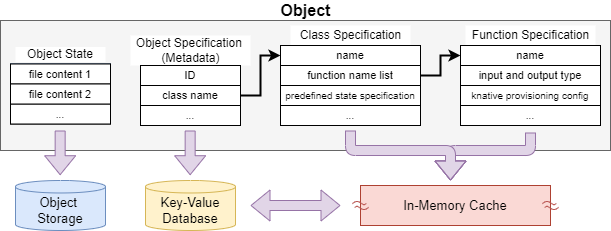
hpcclab/OaaS keeps this draw.io diagram as doc/diagrams/oaas_datamodel_v3.dio.png. Above is the earlier version. Source tidied: cells renumbered, new cells last; positions are measured from the earlier drawing's top-left corner, leaving out a move shared by most shapes. Source of this version:
```xml
<mxGraphModel>
  <root>
    <mxCell id="0" />
    <mxCell id="1" parent="0" />
    <mxCell id="2" style="rounded=0;whiteSpace=wrap;html=1;labelBackgroundColor=none;fontSize=13;strokeColor=#666666;fillColor=#f5f5f5;fontColor=#333333;" parent="1" vertex="1">
      <mxGeometry y="20" width="610" height="130" as="geometry" />
    </mxCell>
    <mxCell id="3" style="rounded=0;whiteSpace=wrap;html=1;labelBackgroundColor=none;fontSize=12;strokeColor=#000000;verticalAlign=top;" parent="1" vertex="1">
      <mxGeometry x="140" y="65" width="100" height="60" as="geometry" />
    </mxCell>
    <mxCell id="4" value="Object" style="text;html=1;align=center;verticalAlign=middle;strokeColor=none;fillColor=none;fontSize=16;fontStyle=1;" parent="1" vertex="1">
      <mxGeometry x="270" width="70" height="20" as="geometry" />
    </mxCell>
    <mxCell id="5" style="rounded=0;whiteSpace=wrap;html=1;labelBackgroundColor=none;fontSize=12;strokeColor=#000000;verticalAlign=top;" parent="1" vertex="1">
      <mxGeometry x="10" y="63.5" width="100" height="60" as="geometry" />
    </mxCell>
    <mxCell id="6" style="rounded=0;whiteSpace=wrap;html=1;labelBackgroundColor=none;fontSize=12;strokeColor=#000000;verticalAlign=top;" parent="1" vertex="1">
      <mxGeometry x="280" y="50" width="140" height="75" as="geometry" />
    </mxCell>
    <mxCell id="7" value="Object &lt;br&gt;Storage" style="shape=cylinder3;whiteSpace=wrap;html=1;boundedLbl=1;backgroundOutline=1;size=6.239990234375;labelBackgroundColor=none;fontSize=13;strokeColor=#6c8ebf;fillColor=#dae8fc;" parent="1" vertex="1">
      <mxGeometry x="15" y="180" width="90" height="50" as="geometry" />
    </mxCell>
    <mxCell id="8" style="rounded=0;whiteSpace=wrap;html=1;labelBackgroundColor=none;fontSize=13;strokeColor=#000000;" parent="1" vertex="1">
      <mxGeometry x="460" y="45" width="140" height="80" as="geometry" />
    </mxCell>
    <mxCell id="9" value="ID" style="rounded=0;whiteSpace=wrap;html=1;labelBackgroundColor=none;fontSize=10;strokeColor=#9673a6;fillColor=#e1d5e7;" parent="1" vertex="1">
      <mxGeometry x="140" y="65" width="100" height="20" as="geometry" />
    </mxCell>
    <mxCell id="10" style="edgeStyle=orthogonalEdgeStyle;rounded=0;jettySize=auto;html=1;entryX=0;entryY=0.5;entryDx=0;entryDy=0;fontSize=12;startArrow=none;startFill=0;endArrow=classic;endFill=1;strokeWidth=2;" parent="1" edge="1" source="11" target="14">
      <mxGeometry relative="1" as="geometry" />
    </mxCell>
    <mxCell id="11" value="class name" style="rounded=0;whiteSpace=wrap;html=1;labelBackgroundColor=none;fontSize=10;strokeColor=#9673a6;fillColor=#e1d5e7;" parent="1" vertex="1">
      <mxGeometry x="140" y="85" width="100" height="20" as="geometry" />
    </mxCell>
    <mxCell id="12" value="..." style="rounded=0;whiteSpace=wrap;html=1;labelBackgroundColor=none;fontSize=10;" parent="1" vertex="1">
      <mxGeometry x="140" y="105" width="100" height="20" as="geometry" />
    </mxCell>
    <mxCell id="13" value="&lt;span&gt;Class Specification&lt;/span&gt;" style="text;html=1;align=center;verticalAlign=middle;strokeColor=none;fillColor=default;fontSize=12;" parent="1" vertex="1">
      <mxGeometry x="290" y="25" width="120" height="20" as="geometry" />
    </mxCell>
    <mxCell id="14" value="name" style="rounded=0;whiteSpace=wrap;html=1;labelBackgroundColor=none;fontSize=10;strokeColor=#82b366;fillColor=#d5e8d4;" parent="1" vertex="1">
      <mxGeometry x="280" y="45" width="140" height="20" as="geometry" />
    </mxCell>
    <mxCell id="15" style="edgeStyle=orthogonalEdgeStyle;rounded=0;jettySize=auto;html=1;entryX=0;entryY=0.5;entryDx=0;entryDy=0;fontSize=16;startArrow=none;startFill=0;endArrow=classic;endFill=1;strokeWidth=2;fillColor=default;" parent="1" edge="1" source="16" target="19">
      <mxGeometry relative="1" as="geometry" />
    </mxCell>
    <mxCell id="16" value="function name list" style="rounded=0;whiteSpace=wrap;html=1;labelBackgroundColor=none;fontSize=10;strokeColor=#82b366;fillColor=#d5e8d4;" parent="1" vertex="1">
      <mxGeometry x="280" y="65" width="140" height="20" as="geometry" />
    </mxCell>
    <mxCell id="17" value="predefined state specification" style="rounded=0;whiteSpace=wrap;html=1;labelBackgroundColor=none;fontSize=10;strokeColor=#82b366;fillColor=#d5e8d4;" parent="1" vertex="1">
      <mxGeometry x="280" y="85" width="140" height="20" as="geometry" />
    </mxCell>
    <mxCell id="18" value="&lt;span style=&quot;font-size: 12px;&quot;&gt;Function Specification&lt;/span&gt;" style="text;html=1;align=center;verticalAlign=middle;strokeColor=none;fillColor=default;fontSize=12;" parent="1" vertex="1">
      <mxGeometry x="465" y="25" width="130" height="20" as="geometry" />
    </mxCell>
    <mxCell id="19" value="name" style="rounded=0;whiteSpace=wrap;html=1;labelBackgroundColor=none;fontSize=10;strokeColor=#82b366;fillColor=#d5e8d4;" parent="1" vertex="1">
      <mxGeometry x="460" y="45" width="140" height="20" as="geometry" />
    </mxCell>
    <mxCell id="20" value="input and output type" style="rounded=0;whiteSpace=wrap;html=1;labelBackgroundColor=none;fontSize=10;strokeColor=#82b366;fillColor=#d5e8d4;" parent="1" vertex="1">
      <mxGeometry x="460" y="65" width="140" height="20" as="geometry" />
    </mxCell>
    <mxCell id="21" value="knative provisioning config" style="rounded=0;whiteSpace=wrap;html=1;labelBackgroundColor=none;fontSize=10;" parent="1" vertex="1">
      <mxGeometry x="460" y="85" width="140" height="20" as="geometry" />
    </mxCell>
    <mxCell id="22" value="..." style="rounded=0;whiteSpace=wrap;html=1;labelBackgroundColor=none;fontSize=10;" parent="1" vertex="1">
      <mxGeometry x="280" y="105" width="140" height="20" as="geometry" />
    </mxCell>
    <mxCell id="23" value="..." style="rounded=0;whiteSpace=wrap;html=1;labelBackgroundColor=none;fontSize=10;" parent="1" vertex="1">
      <mxGeometry x="460" y="105" width="140" height="20" as="geometry" />
    </mxCell>
    <mxCell id="24" value="file content 1" style="rounded=0;whiteSpace=wrap;html=1;labelBackgroundColor=none;fontSize=10;strokeColor=#6c8ebf;fillColor=#dae8fc;" parent="1" vertex="1">
      <mxGeometry x="10" y="63.5" width="100" height="20" as="geometry" />
    </mxCell>
    <mxCell id="25" value="&lt;span style=&quot;font-size: 12px&quot;&gt;Object&amp;nbsp;&lt;/span&gt;Specification &lt;br&gt;(Metadata)" style="text;html=1;align=center;verticalAlign=middle;strokeColor=none;fillColor=default;fontSize=12;" parent="1" vertex="1">
      <mxGeometry x="130" y="35" width="120" height="30" as="geometry" />
    </mxCell>
    <mxCell id="26" value="&lt;span style=&quot;font-size: 12px;&quot;&gt;Object State&lt;/span&gt;" style="text;whiteSpace=wrap;html=1;fontSize=12;align=center;verticalAlign=middle;fillColor=default;" parent="1" vertex="1">
      <mxGeometry x="15" y="46.5" width="90" height="15" as="geometry" />
    </mxCell>
    <mxCell id="27" value="file content 2" style="rounded=0;whiteSpace=wrap;html=1;labelBackgroundColor=none;fontSize=10;strokeColor=#6c8ebf;fillColor=#dae8fc;" parent="1" vertex="1">
      <mxGeometry x="10" y="83.5" width="100" height="20" as="geometry" />
    </mxCell>
    <mxCell id="28" value="..." style="rounded=0;whiteSpace=wrap;html=1;labelBackgroundColor=none;fontSize=10;" parent="1" vertex="1">
      <mxGeometry x="10" y="103.5" width="100" height="20" as="geometry" />
    </mxCell>
    <mxCell id="29" value="In-Memory Cache" style="rounded=0;whiteSpace=wrap;html=1;fontFamily=Helvetica;fontSize=13;align=center;strokeColor=#ae4132;fillColor=#fad9d5;" parent="1" vertex="1">
      <mxGeometry x="360" y="185" width="190" height="40" as="geometry" />
    </mxCell>
    <mxCell id="30" value="Key-Value&lt;br&gt;Database" style="shape=cylinder3;whiteSpace=wrap;html=1;boundedLbl=1;backgroundOutline=1;size=6.239990234375;labelBackgroundColor=none;fontSize=13;strokeColor=#d6b656;fillColor=#fff2cc;" parent="1" vertex="1">
      <mxGeometry x="145" y="180" width="90" height="50" as="geometry" />
    </mxCell>
    <mxCell id="31" style="shape=flexArrow;endArrow=classic;html=1;rounded=0;fontSize=10;strokeWidth=1;fillColor=#e1d5e7;strokeColor=#9673a6;" parent="1" edge="1">
      <mxGeometry relative="1" as="geometry">
        <mxPoint x="59.7" y="130" as="sourcePoint" />
        <mxPoint x="59.7" y="174.7" as="targetPoint" />
      </mxGeometry>
    </mxCell>
    <mxCell id="32" style="shape=flexArrow;endArrow=classic;html=1;rounded=0;fontSize=10;strokeWidth=1;fillColor=#e1d5e7;strokeColor=#9673a6;" parent="1" edge="1">
      <mxGeometry relative="1" as="geometry">
        <mxPoint x="189.7" y="130" as="sourcePoint" />
        <mxPoint x="189.7" y="174.7" as="targetPoint" />
      </mxGeometry>
    </mxCell>
    <mxCell id="33" style="shape=flexArrow;endArrow=classic;html=1;rounded=1;fontSize=10;strokeWidth=1;fillColor=#e1d5e7;strokeColor=#9673a6;" parent="1" edge="1">
      <mxGeometry relative="1" as="geometry">
        <mxPoint x="530" y="132" as="sourcePoint" />
        <mxPoint x="450" y="180" as="targetPoint" />
        <Array as="points">
          <mxPoint x="530" y="150" />
          <mxPoint x="450" y="150" />
        </Array>
      </mxGeometry>
    </mxCell>
    <mxCell id="34" style="shape=flexArrow;endArrow=classic;html=1;rounded=1;fontSize=10;strokeWidth=1;fillColor=#e1d5e7;strokeColor=#9673a6;sketch=0;targetPerimeterSpacing=0;sourcePerimeterSpacing=0;" parent="1" edge="1">
      <mxGeometry relative="1" as="geometry">
        <mxPoint x="350" y="130" as="sourcePoint" />
        <mxPoint x="450" y="180" as="targetPoint" />
        <Array as="points">
          <mxPoint x="350" y="150" />
          <mxPoint x="450" y="150" />
        </Array>
      </mxGeometry>
    </mxCell>
    <mxCell id="35" value="file content 1" style="rounded=0;whiteSpace=wrap;html=1;labelBackgroundColor=none;fontSize=11;" parent="1" vertex="1">
      <mxGeometry x="10" y="63.5" width="100" height="20" as="geometry" />
    </mxCell>
    <mxCell id="36" value="file content 2" style="rounded=0;whiteSpace=wrap;html=1;labelBackgroundColor=none;fontSize=11;" parent="1" vertex="1">
      <mxGeometry x="10" y="83.5" width="100" height="20" as="geometry" />
    </mxCell>
    <mxCell id="37" value="ID" style="rounded=0;whiteSpace=wrap;html=1;labelBackgroundColor=none;fontSize=11;" parent="1" vertex="1">
      <mxGeometry x="140" y="65" width="100" height="20" as="geometry" />
    </mxCell>
    <mxCell id="38" value="class name" style="rounded=0;whiteSpace=wrap;html=1;labelBackgroundColor=none;fontSize=11;" parent="1" vertex="1">
      <mxGeometry x="140" y="85" width="100" height="20" as="geometry" />
    </mxCell>
    <mxCell id="39" value="predefined state specification" style="rounded=0;whiteSpace=wrap;html=1;labelBackgroundColor=none;fontSize=10;" parent="1" vertex="1">
      <mxGeometry x="280" y="85" width="140" height="20" as="geometry" />
    </mxCell>
    <mxCell id="40" value="function name list" style="rounded=0;whiteSpace=wrap;html=1;labelBackgroundColor=none;fontSize=11;" parent="1" vertex="1">
      <mxGeometry x="280" y="65" width="140" height="20" as="geometry" />
    </mxCell>
    <mxCell id="41" value="name" style="rounded=0;whiteSpace=wrap;html=1;labelBackgroundColor=none;fontSize=11;" parent="1" vertex="1">
      <mxGeometry x="280" y="45" width="140" height="20" as="geometry" />
    </mxCell>
    <mxCell id="42" value="name" style="rounded=0;whiteSpace=wrap;html=1;labelBackgroundColor=none;fontSize=11;" parent="1" vertex="1">
      <mxGeometry x="460" y="45" width="140" height="20" as="geometry" />
    </mxCell>
    <mxCell id="43" value="input and output type" style="rounded=0;whiteSpace=wrap;html=1;labelBackgroundColor=none;fontSize=11;" parent="1" vertex="1">
      <mxGeometry x="460" y="65" width="140" height="20" as="geometry" />
    </mxCell>
    <mxCell id="44" style="shape=flexArrow;endArrow=classic;html=1;rounded=0;fontSize=10;strokeWidth=1;fillColor=#e1d5e7;strokeColor=#9673a6;startArrow=block;" parent="1" edge="1">
      <mxGeometry relative="1" as="geometry">
        <mxPoint x="340" y="205" as="sourcePoint" />
        <mxPoint x="250" y="205" as="targetPoint" />
      </mxGeometry>
    </mxCell>
    <mxCell id="45" style="endArrow=classic;html=1;rounded=1;sketch=0;fontSize=11;sourcePerimeterSpacing=0;targetPerimeterSpacing=0;strokeColor=#b85450;strokeWidth=1;fillColor=#f8cecc;shape=link;edgeStyle=isometricEdgeStyle;width=4.579439252336449;" parent="1" edge="1">
      <mxGeometry relative="1" as="geometry">
        <mxPoint x="353" y="205" as="sourcePoint" />
        <mxPoint x="367" y="205" as="targetPoint" />
      </mxGeometry>
    </mxCell>
    <mxCell id="46" style="endArrow=classic;html=1;rounded=1;sketch=0;fontSize=11;sourcePerimeterSpacing=0;targetPerimeterSpacing=0;strokeColor=#b85450;strokeWidth=1;fillColor=#f8cecc;shape=link;edgeStyle=isometricEdgeStyle;width=4.579439252336449;" parent="1" edge="1">
      <mxGeometry relative="1" as="geometry">
        <mxPoint x="543" y="205" as="sourcePoint" />
        <mxPoint x="557" y="205" as="targetPoint" />
      </mxGeometry>
    </mxCell>
  </root>
</mxGraphModel>
```
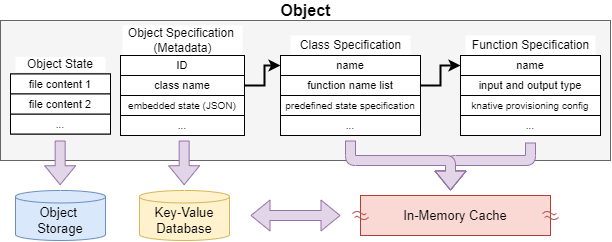
After the commit.

What changed in the source:
```diff
@@ -3,13 +3,10 @@
     <mxCell id="0" />
     <mxCell id="1" parent="0" />
     <mxCell id="2" style="rounded=0;whiteSpace=wrap;html=1;labelBackgroundColor=none;fontSize=13;strokeColor=#666666;fillColor=#f5f5f5;fontColor=#333333;" parent="1" vertex="1">
-      <mxGeometry y="20" width="610" height="130" as="geometry" />
+      <mxGeometry y="10" width="610" height="140" as="geometry" />
     </mxCell>
-    <mxCell id="3" style="rounded=0;whiteSpace=wrap;html=1;labelBackgroundColor=none;fontSize=12;strokeColor=#000000;verticalAlign=top;" parent="1" vertex="1">
-      <mxGeometry x="140" y="65" width="100" height="60" as="geometry" />
-    </mxCell>
     <mxCell id="4" value="Object" style="text;html=1;align=center;verticalAlign=middle;strokeColor=none;fillColor=none;fontSize=16;fontStyle=1;" parent="1" vertex="1">
-      <mxGeometry x="270" width="70" height="20" as="geometry" />
+      <mxGeometry x="270" y="-10" width="70" height="20" as="geometry" />
     </mxCell>
     <mxCell id="5" style="rounded=0;whiteSpace=wrap;html=1;labelBackgroundColor=none;fontSize=12;strokeColor=#000000;verticalAlign=top;" parent="1" vertex="1">
       <mxGeometry x="10" y="63.5" width="100" height="60" as="geometry" />
@@ -23,24 +20,18 @@
     <mxCell id="8" style="rounded=0;whiteSpace=wrap;html=1;labelBackgroundColor=none;fontSize=13;strokeColor=#000000;" parent="1" vertex="1">
       <mxGeometry x="460" y="45" width="140" height="80" as="geometry" />
     </mxCell>
-    <mxCell id="9" value="ID" style="rounded=0;whiteSpace=wrap;html=1;labelBackgroundColor=none;fontSize=10;strokeColor=#9673a6;fillColor=#e1d5e7;" parent="1" vertex="1">
-      <mxGeometry x="140" y="65" width="100" height="20" as="geometry" />
-    </mxCell>
-    <mxCell id="10" style="edgeStyle=orthogonalEdgeStyle;rounded=0;jettySize=auto;html=1;entryX=0;entryY=0.5;entryDx=0;entryDy=0;fontSize=12;startArrow=none;startFill=0;endArrow=classic;endFill=1;strokeWidth=2;" parent="1" edge="1" source="11" target="14">
+    <mxCell id="10" style="edgeStyle=orthogonalEdgeStyle;rounded=0;jettySize=auto;html=1;entryX=0;entryY=0.5;entryDx=0;entryDy=0;fontSize=12;startArrow=none;startFill=0;endArrow=classic;endFill=1;strokeWidth=2;exitX=1;exitY=0.5;exitDx=0;exitDy=0;" parent="1" edge="1" source="37" target="41">
       <mxGeometry relative="1" as="geometry" />
     </mxCell>
     <mxCell id="11" value="class name" style="rounded=0;whiteSpace=wrap;html=1;labelBackgroundColor=none;fontSize=10;strokeColor=#9673a6;fillColor=#e1d5e7;" parent="1" vertex="1">
       <mxGeometry x="140" y="85" width="100" height="20" as="geometry" />
     </mxCell>
     <mxCell id="12" value="..." style="rounded=0;whiteSpace=wrap;html=1;labelBackgroundColor=none;fontSize=10;" parent="1" vertex="1">
-      <mxGeometry x="140" y="105" width="100" height="20" as="geometry" />
+      <mxGeometry x="120" y="105" width="124" height="20" as="geometry" />
     </mxCell>
     <mxCell id="13" value="&lt;span&gt;Class Specification&lt;/span&gt;" style="text;html=1;align=center;verticalAlign=middle;strokeColor=none;fillColor=default;fontSize=12;" parent="1" vertex="1">
       <mxGeometry x="290" y="25" width="120" height="20" as="geometry" />
     </mxCell>
-    <mxCell id="14" value="name" style="rounded=0;whiteSpace=wrap;html=1;labelBackgroundColor=none;fontSize=10;strokeColor=#82b366;fillColor=#d5e8d4;" parent="1" vertex="1">
-      <mxGeometry x="280" y="45" width="140" height="20" as="geometry" />
-    </mxCell>
     <mxCell id="15" style="edgeStyle=orthogonalEdgeStyle;rounded=0;jettySize=auto;html=1;entryX=0;entryY=0.5;entryDx=0;entryDy=0;fontSize=16;startArrow=none;startFill=0;endArrow=classic;endFill=1;strokeWidth=2;fillColor=default;" parent="1" edge="1" source="16" target="19">
       <mxGeometry relative="1" as="geometry" />
     </mxCell>
@@ -68,18 +59,12 @@
     <mxCell id="23" value="..." style="rounded=0;whiteSpace=wrap;html=1;labelBackgroundColor=none;fontSize=10;" parent="1" vertex="1">
       <mxGeometry x="460" y="105" width="140" height="20" as="geometry" />
     </mxCell>
-    <mxCell id="24" value="file content 1" style="rounded=0;whiteSpace=wrap;html=1;labelBackgroundColor=none;fontSize=10;strokeColor=#6c8ebf;fillColor=#dae8fc;" parent="1" vertex="1">
-      <mxGeometry x="10" y="63.5" width="100" height="20" as="geometry" />
-    </mxCell>
     <mxCell id="25" value="&lt;span style=&quot;font-size: 12px&quot;&gt;Object&amp;nbsp;&lt;/span&gt;Specification &lt;br&gt;(Metadata)" style="text;html=1;align=center;verticalAlign=middle;strokeColor=none;fillColor=default;fontSize=12;" parent="1" vertex="1">
-      <mxGeometry x="130" y="35" width="120" height="30" as="geometry" />
+      <mxGeometry x="122" y="15" width="120" height="30" as="geometry" />
     </mxCell>
     <mxCell id="26" value="&lt;span style=&quot;font-size: 12px;&quot;&gt;Object State&lt;/span&gt;" style="text;whiteSpace=wrap;html=1;fontSize=12;align=center;verticalAlign=middle;fillColor=default;" parent="1" vertex="1">
       <mxGeometry x="15" y="46.5" width="90" height="15" as="geometry" />
     </mxCell>
-    <mxCell id="27" value="file content 2" style="rounded=0;whiteSpace=wrap;html=1;labelBackgroundColor=none;fontSize=10;strokeColor=#6c8ebf;fillColor=#dae8fc;" parent="1" vertex="1">
-      <mxGeometry x="10" y="83.5" width="100" height="20" as="geometry" />
-    </mxCell>
     <mxCell id="28" value="..." style="rounded=0;whiteSpace=wrap;html=1;labelBackgroundColor=none;fontSize=10;" parent="1" vertex="1">
       <mxGeometry x="10" y="103.5" width="100" height="20" as="geometry" />
     </mxCell>
@@ -87,7 +72,7 @@
       <mxGeometry x="360" y="185" width="190" height="40" as="geometry" />
     </mxCell>
     <mxCell id="30" value="Key-Value&lt;br&gt;Database" style="shape=cylinder3;whiteSpace=wrap;html=1;boundedLbl=1;backgroundOutline=1;size=6.239990234375;labelBackgroundColor=none;fontSize=13;strokeColor=#d6b656;fillColor=#fff2cc;" parent="1" vertex="1">
-      <mxGeometry x="145" y="180" width="90" height="50" as="geometry" />
+      <mxGeometry x="139" y="180" width="90" height="50" as="geometry" />
     </mxCell>
     <mxCell id="31" style="shape=flexArrow;endArrow=classic;html=1;rounded=0;fontSize=10;strokeWidth=1;fillColor=#e1d5e7;strokeColor=#9673a6;" parent="1" edge="1">
       <mxGeometry relative="1" as="geometry">
@@ -97,8 +82,8 @@
     </mxCell>
     <mxCell id="32" style="shape=flexArrow;endArrow=classic;html=1;rounded=0;fontSize=10;strokeWidth=1;fillColor=#e1d5e7;strokeColor=#9673a6;" parent="1" edge="1">
       <mxGeometry relative="1" as="geometry">
-        <mxPoint x="189.7" y="130" as="sourcePoint" />
-        <mxPoint x="189.7" y="174.7" as="targetPoint" />
+        <mxPoint x="183.7" y="130" as="sourcePoint" />
+        <mxPoint x="183.7" y="174.7" as="targetPoint" />
       </mxGeometry>
     </mxCell>
     <mxCell id="33" style="shape=flexArrow;endArrow=classic;html=1;rounded=1;fontSize=10;strokeWidth=1;fillColor=#e1d5e7;strokeColor=#9673a6;" parent="1" edge="1">
@@ -127,11 +112,11 @@
     <mxCell id="36" value="file content 2" style="rounded=0;whiteSpace=wrap;html=1;labelBackgroundColor=none;fontSize=11;" parent="1" vertex="1">
       <mxGeometry x="10" y="83.5" width="100" height="20" as="geometry" />
     </mxCell>
-    <mxCell id="37" value="ID" style="rounded=0;whiteSpace=wrap;html=1;labelBackgroundColor=none;fontSize=11;" parent="1" vertex="1">
-      <mxGeometry x="140" y="65" width="100" height="20" as="geometry" />
+    <mxCell id="37" value="class name" style="rounded=0;whiteSpace=wrap;html=1;labelBackgroundColor=none;fontSize=11;" parent="1" vertex="1">
+      <mxGeometry x="120" y="65" width="124" height="20" as="geometry" />
     </mxCell>
-    <mxCell id="38" value="class name" style="rounded=0;whiteSpace=wrap;html=1;labelBackgroundColor=none;fontSize=11;" parent="1" vertex="1">
-      <mxGeometry x="140" y="85" width="100" height="20" as="geometry" />
+    <mxCell id="38" value="embedded state (JSON)" style="rounded=0;whiteSpace=wrap;html=1;labelBackgroundColor=none;fontSize=10;" parent="1" vertex="1">
+      <mxGeometry x="120" y="85" width="124" height="20" as="geometry" />
     </mxCell>
     <mxCell id="39" value="predefined state specification" style="rounded=0;whiteSpace=wrap;html=1;labelBackgroundColor=none;fontSize=10;" parent="1" vertex="1">
       <mxGeometry x="280" y="85" width="140" height="20" as="geometry" />
@@ -166,5 +151,8 @@
         <mxPoint x="557" y="205" as="targetPoint" />
       </mxGeometry>
     </mxCell>
+    <mxCell id="9" value="ID" style="rounded=0;whiteSpace=wrap;html=1;labelBackgroundColor=none;fontSize=11;" parent="1" vertex="1">
+      <mxGeometry x="120" y="45" width="124" height="20" as="geometry" />
+    </mxCell>
   </root>
 </mxGraphModel>
```
